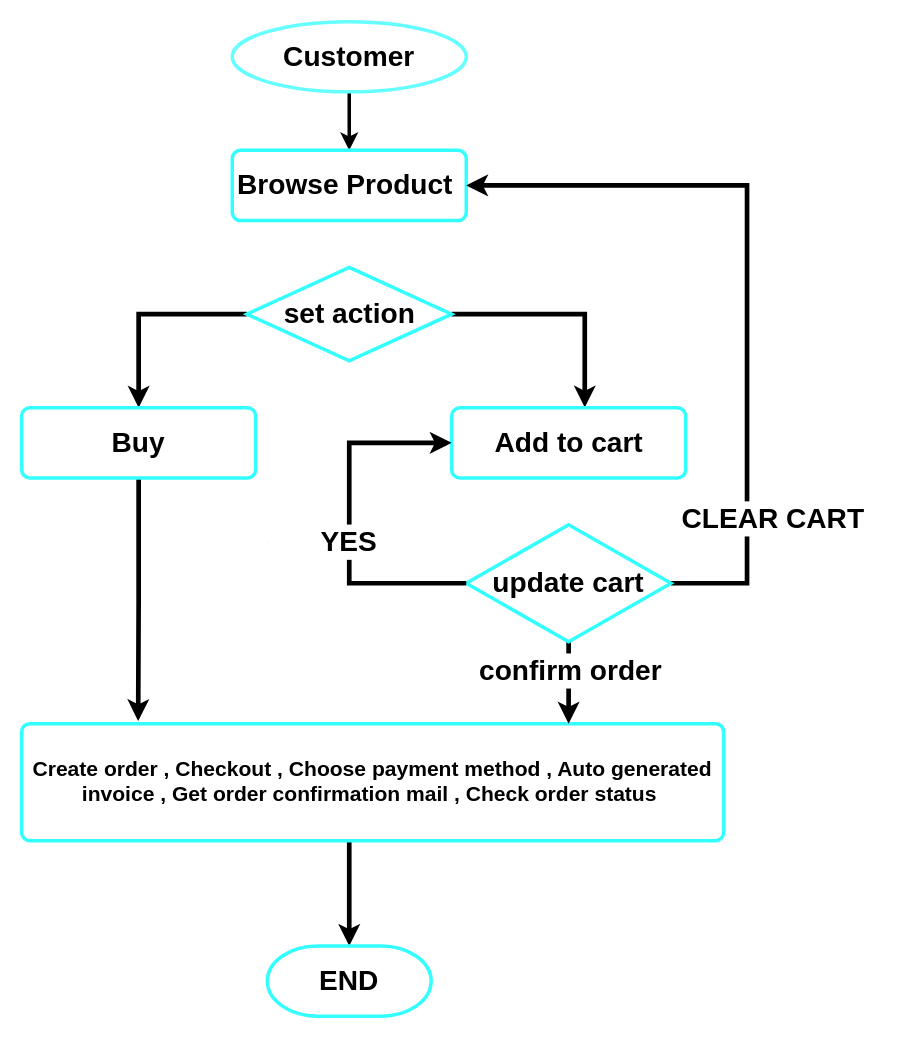
prashanta1542/default keeps this draw.io diagram as customer flow diagram.drawio. Above is the earlier version. Source tidied: cells renumbered, new cells numbered last; positions are measured from the earlier drawing's top-left corner, leaving out a move shared by most shapes. Both pictures are drawn from the tidied source at 117%, with x=0, y=0 at pixel (21, 21).
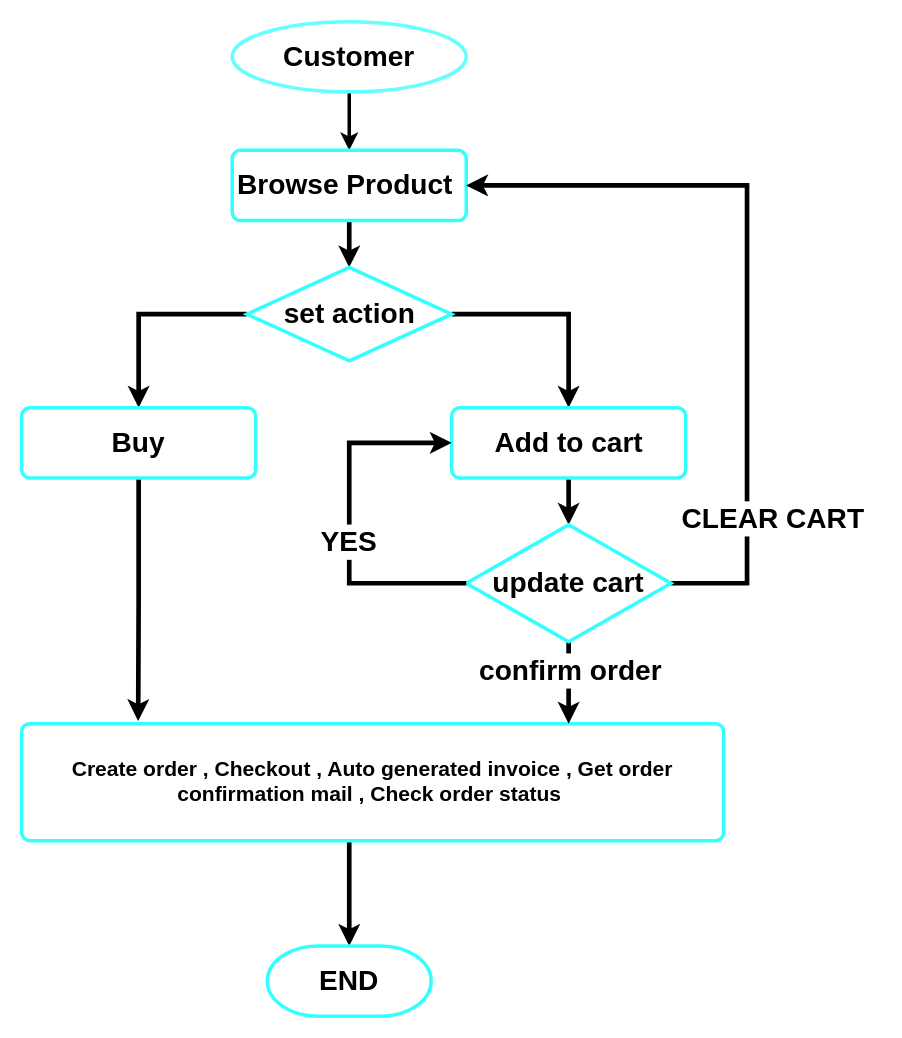
The same page after the edit.

Unchanged cells that the change refers to:
```xml
<mxCell id="4" value="&lt;font style=&quot;font-size: 24px;&quot;&gt;&lt;b&gt;Browse Product&amp;nbsp;&lt;/b&gt;&lt;/font&gt;" style="rounded=1;whiteSpace=wrap;html=1;absoluteArcSize=1;arcSize=14;strokeWidth=3;strokeColor=#33FFFF;" parent="1" vertex="1">
  <mxGeometry x="180" y="110" width="200" height="60" as="geometry" />
</mxCell>
<mxCell id="7" value="&lt;h1&gt;set action&lt;/h1&gt;" style="strokeWidth=3;html=1;shape=mxgraph.flowchart.decision;whiteSpace=wrap;strokeColor=#33FFFF;rounded=1;arcSize=14;" parent="1" vertex="1">
  <mxGeometry x="192.5" y="210" width="175" height="80" as="geometry" />
</mxCell>
<mxCell id="11" value="&lt;font style=&quot;font-size: 24px;&quot;&gt;&lt;b&gt;Add to cart&lt;/b&gt;&lt;/font&gt;" style="rounded=1;whiteSpace=wrap;html=1;absoluteArcSize=1;arcSize=14;strokeWidth=3;strokeColor=#33FFFF;" parent="1" vertex="1">
  <mxGeometry x="367.5" y="330" width="200" height="60" as="geometry" />
</mxCell>
<mxCell id="13" value="&lt;font style=&quot;font-size: 24px;&quot;&gt;&lt;b&gt;Buy&lt;/b&gt;&lt;/font&gt;" style="rounded=1;whiteSpace=wrap;html=1;absoluteArcSize=1;arcSize=14;strokeWidth=3;strokeColor=#33FFFF;" parent="1" vertex="1">
  <mxGeometry y="330" width="200" height="60" as="geometry" />
</mxCell>
<mxCell id="17" value="&lt;h1&gt;update cart&lt;/h1&gt;" style="strokeWidth=3;html=1;shape=mxgraph.flowchart.decision;whiteSpace=wrap;strokeColor=#33FFFF;rounded=1;arcSize=14;" parent="1" vertex="1">
  <mxGeometry x="380" y="430" width="175" height="100" as="geometry" />
</mxCell>
```

Change to the diagram source:
```diff
@@
+    <mxCell id="22" style="edgeStyle=orthogonalEdgeStyle;rounded=0;jettySize=auto;html=1;strokeWidth=4;" parent="1" edge="1" source="4" target="7">
+      <mxGeometry relative="1" as="geometry" />
+    </mxCell>
@@
+    <mxCell id="6" style="edgeStyle=orthogonalEdgeStyle;rounded=0;jettySize=auto;html=1;entryX=0.5;entryY=0;entryDx=0;entryDy=0;strokeWidth=4;" parent="1" edge="1" source="7" target="13">
+      <mxGeometry relative="1" as="geometry">
+        <Array as="points">
+          <mxPoint x="100" y="250" />
+        </Array>
+      </mxGeometry>
+    </mxCell>
-    <mxCell id="5" style="edgeStyle=orthogonalEdgeStyle;rounded=0;jettySize=auto;html=1;entryX=0.569;entryY=-0.003;entryDx=0;entryDy=0;entryPerimeter=0;strokeWidth=4;" parent="1" edge="1" source="7" target="11">
+    <mxCell id="5" style="edgeStyle=orthogonalEdgeStyle;rounded=0;jettySize=auto;html=1;entryX=0.5;entryY=0;entryDx=0;entryDy=0;strokeWidth=4;" parent="1" edge="1" source="7" target="11">
       <mxGeometry relative="1" as="geometry">
         <Array as="points">
-          <mxPoint x="481" y="250" />
+          <mxPoint x="468" y="250" />
         </Array>
       </mxGeometry>
     </mxCell>
-    <mxCell id="6" style="edgeStyle=orthogonalEdgeStyle;rounded=0;jettySize=auto;html=1;entryX=0.5;entryY=0;entryDx=0;entryDy=0;strokeWidth=4;" parent="1" edge="1" source="7" target="13">
-      <mxGeometry relative="1" as="geometry">
-        <Array as="points">
-          <mxPoint x="100" y="250" />
-        </Array>
-      </mxGeometry>
-    </mxCell>
@@
-    <mxCell id="9" value="&lt;h2&gt;Create order , Checkout , Choose payment method , Auto generated invoice , Get order confirmation mail , Check order status&amp;nbsp;&lt;/h2&gt;" style="rounded=1;whiteSpace=wrap;html=1;absoluteArcSize=1;arcSize=14;strokeWidth=3;strokeColor=#33FFFF;" parent="1" vertex="1">
+    <mxCell id="9" value="&lt;h2&gt;Create order , Checkout , Auto generated invoice , Get order confirmation mail , Check order status&amp;nbsp;&lt;/h2&gt;" style="rounded=1;whiteSpace=wrap;html=1;absoluteArcSize=1;arcSize=14;strokeWidth=3;strokeColor=#33FFFF;" parent="1" vertex="1">
       <mxGeometry y="600" width="600" height="100" as="geometry" />
     </mxCell>
@@
+    <mxCell id="23" style="edgeStyle=orthogonalEdgeStyle;rounded=0;jettySize=auto;html=1;strokeWidth=4;" parent="1" edge="1" source="11" target="17">
+      <mxGeometry relative="1" as="geometry" />
+    </mxCell>
```
